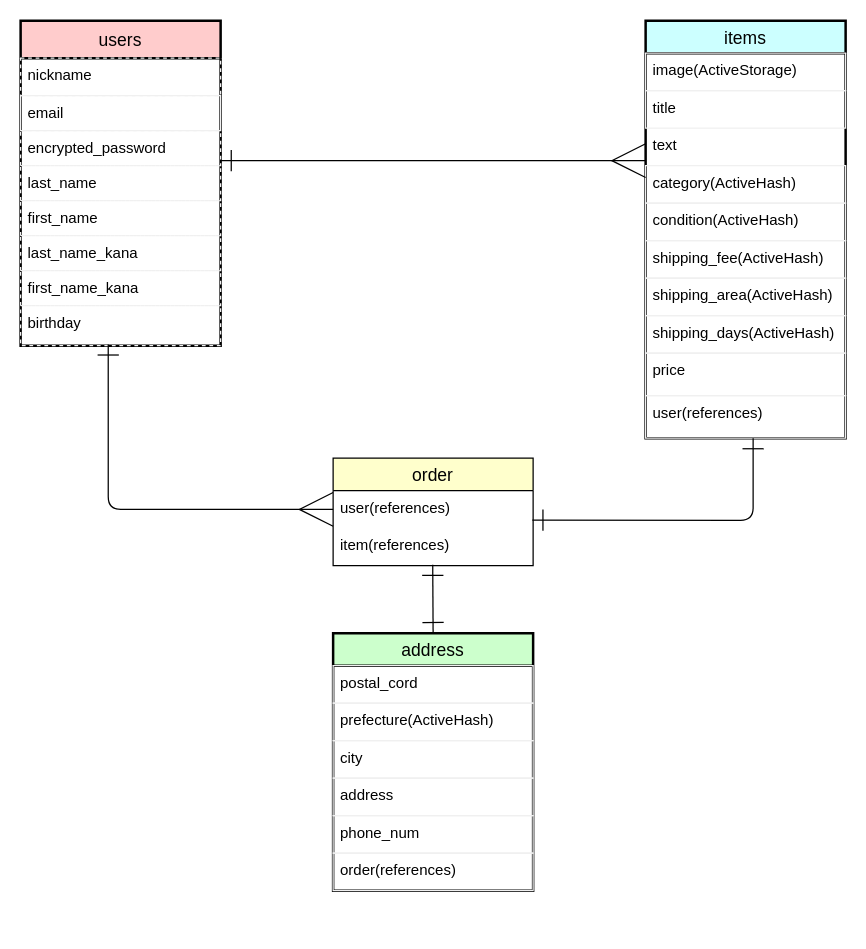
Earlier version of the draw.io diagram ER図.dio (kou-kawam24/furima-30340). Source tidied: cells renumbered, new cells numbered last; positions are measured from the earlier drawing's top-left corner, leaving out a move shared by most shapes. Both pictures are drawn from the tidied source at 125%, with x=0, y=0 at pixel (20, 20).
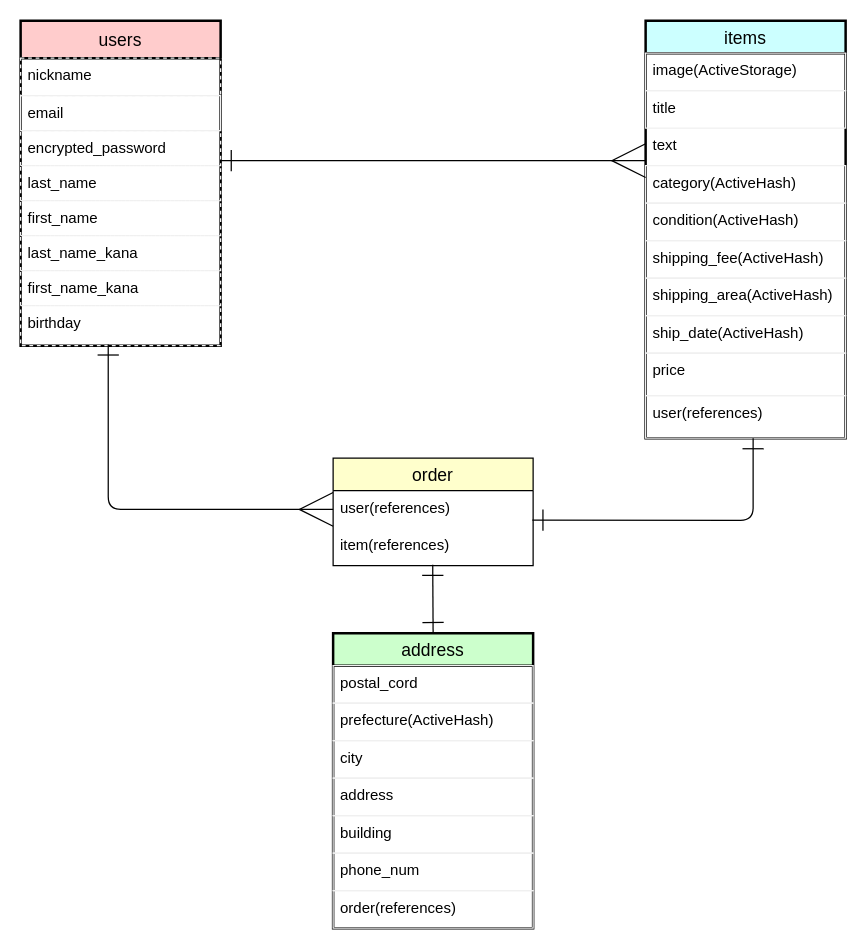
Above is the later version.

Commit message (it also covers changes not shown here):
データベース設計の再修正

Unchanged cells that the change refers to:
```xml
<mxCell id="11" value="items" style="swimlane;fontStyle=0;horizontal=1;startSize=26;align=center;fontSize=14;strokeWidth=2;fillColor=#CCFFFF;fontColor=#000000;" parent="1" vertex="1">
  <mxGeometry x="500" width="160" height="334" as="geometry" />
</mxCell>
```

What changed in the source:
```diff
@@
-    <mxCell id="19" value="shipping_days(ActiveHash)" style="text;fillColor=none;spacingLeft=4;spacingRight=4;overflow=hidden;fontSize=12;strokeColor=#f0f0f0;" parent="11" vertex="1">
+    <mxCell id="19" value="ship_date(ActiveHash)" style="text;fillColor=none;spacingLeft=4;spacingRight=4;overflow=hidden;fontSize=12;strokeColor=#f0f0f0;" parent="11" vertex="1">
       <mxGeometry y="236" width="160" height="30" as="geometry" />
     </mxCell>
@@
     <mxCell id="22" value="address" style="swimlane;fontStyle=0;horizontal=1;startSize=26;align=center;fontSize=14;strokeWidth=2;fillColor=#CCFFCC;fontColor=#000000;" parent="1" vertex="1">
-      <mxGeometry x="250" y="490" width="160" height="206" as="geometry" />
+      <mxGeometry x="250" y="490" width="160" height="236" as="geometry" />
     </mxCell>
@@
+    <mxCell id="37" value="building" style="text;fillColor=none;spacingLeft=4;spacingRight=4;overflow=hidden;fontSize=12;strokeColor=#f0f0f0;" parent="22" vertex="1">
+      <mxGeometry y="146" width="160" height="30" as="geometry" />
+    </mxCell>
     <mxCell id="27" value="phone_num" style="text;fillColor=none;spacingLeft=4;spacingRight=4;overflow=hidden;fontSize=12;strokeColor=#f0f0f0;" parent="22" vertex="1">
-      <mxGeometry y="146" width="160" height="30" as="geometry" />
+      <mxGeometry y="176" width="160" height="30" as="geometry" />
     </mxCell>
     <mxCell id="28" value="order(references)" style="text;fillColor=none;spacingLeft=4;spacingRight=4;overflow=hidden;fontSize=12;strokeColor=#f0f0f0;" parent="22" vertex="1">
-      <mxGeometry y="176" width="160" height="30" as="geometry" />
+      <mxGeometry y="206" width="160" height="30" as="geometry" />
     </mxCell>
```
